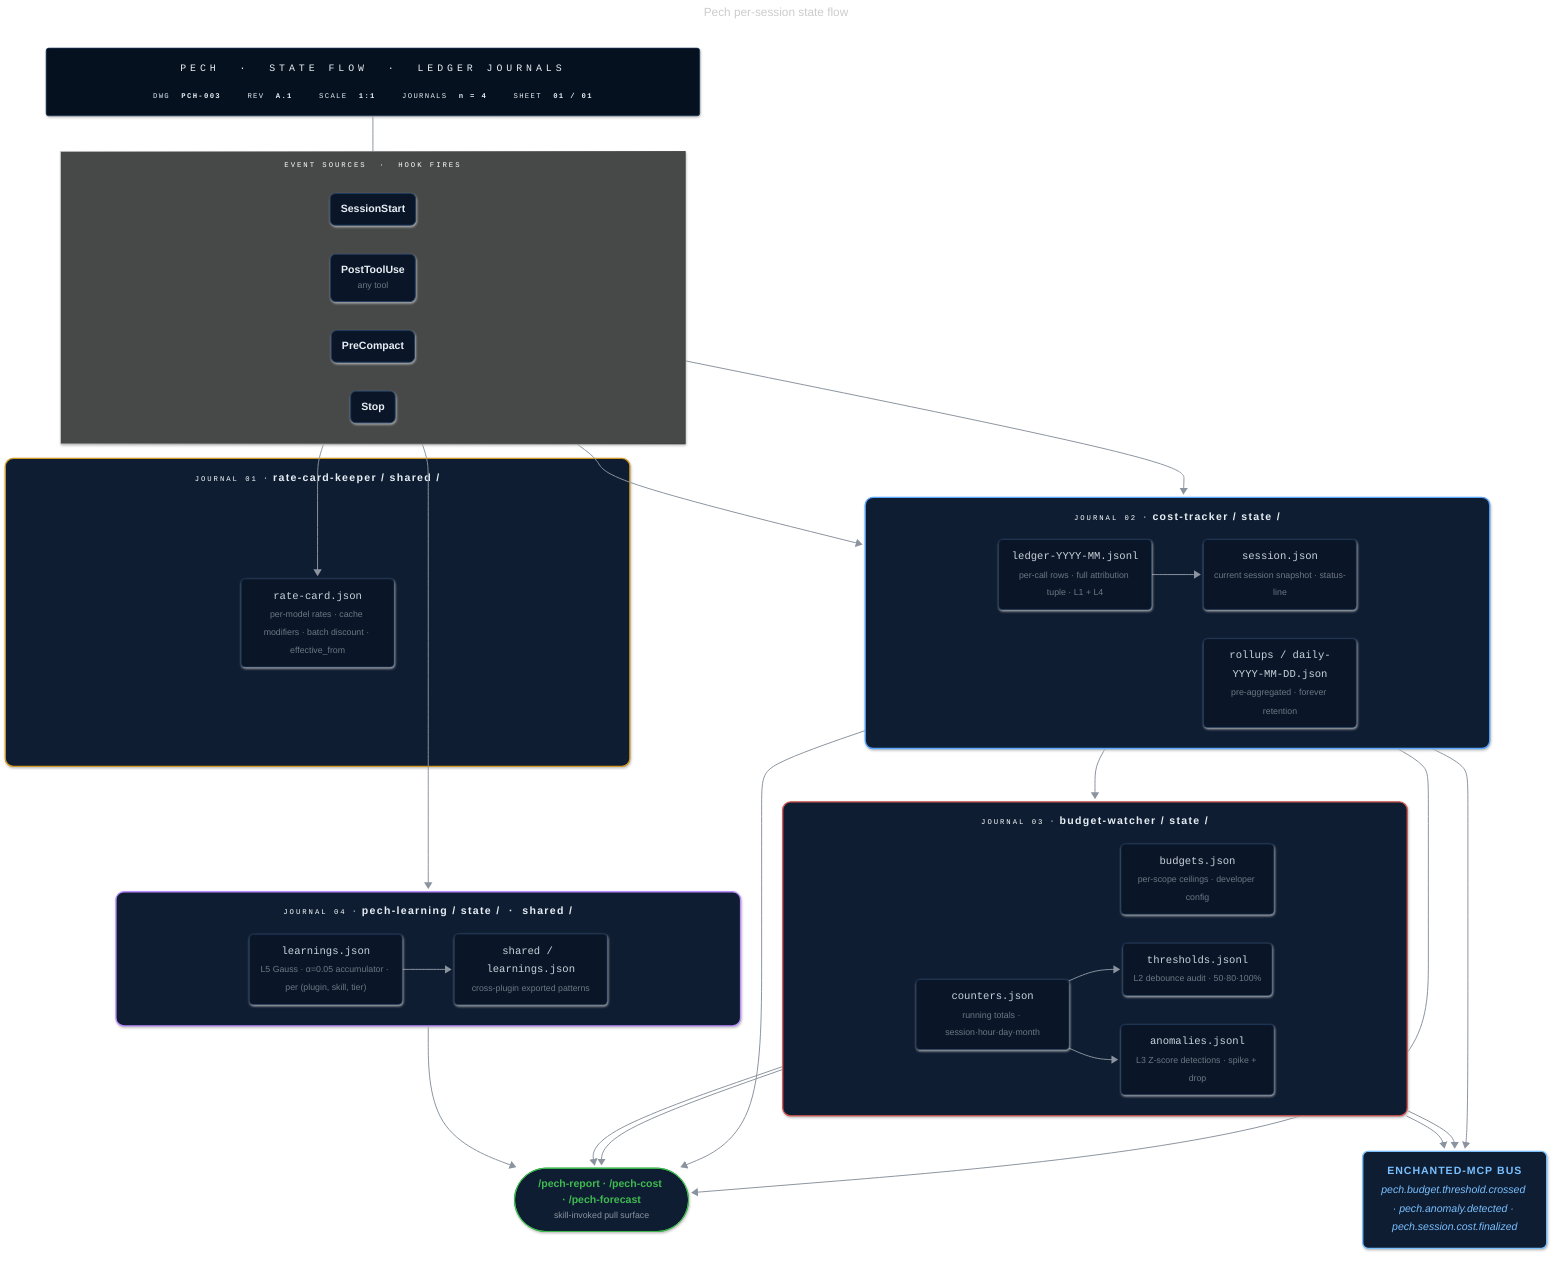
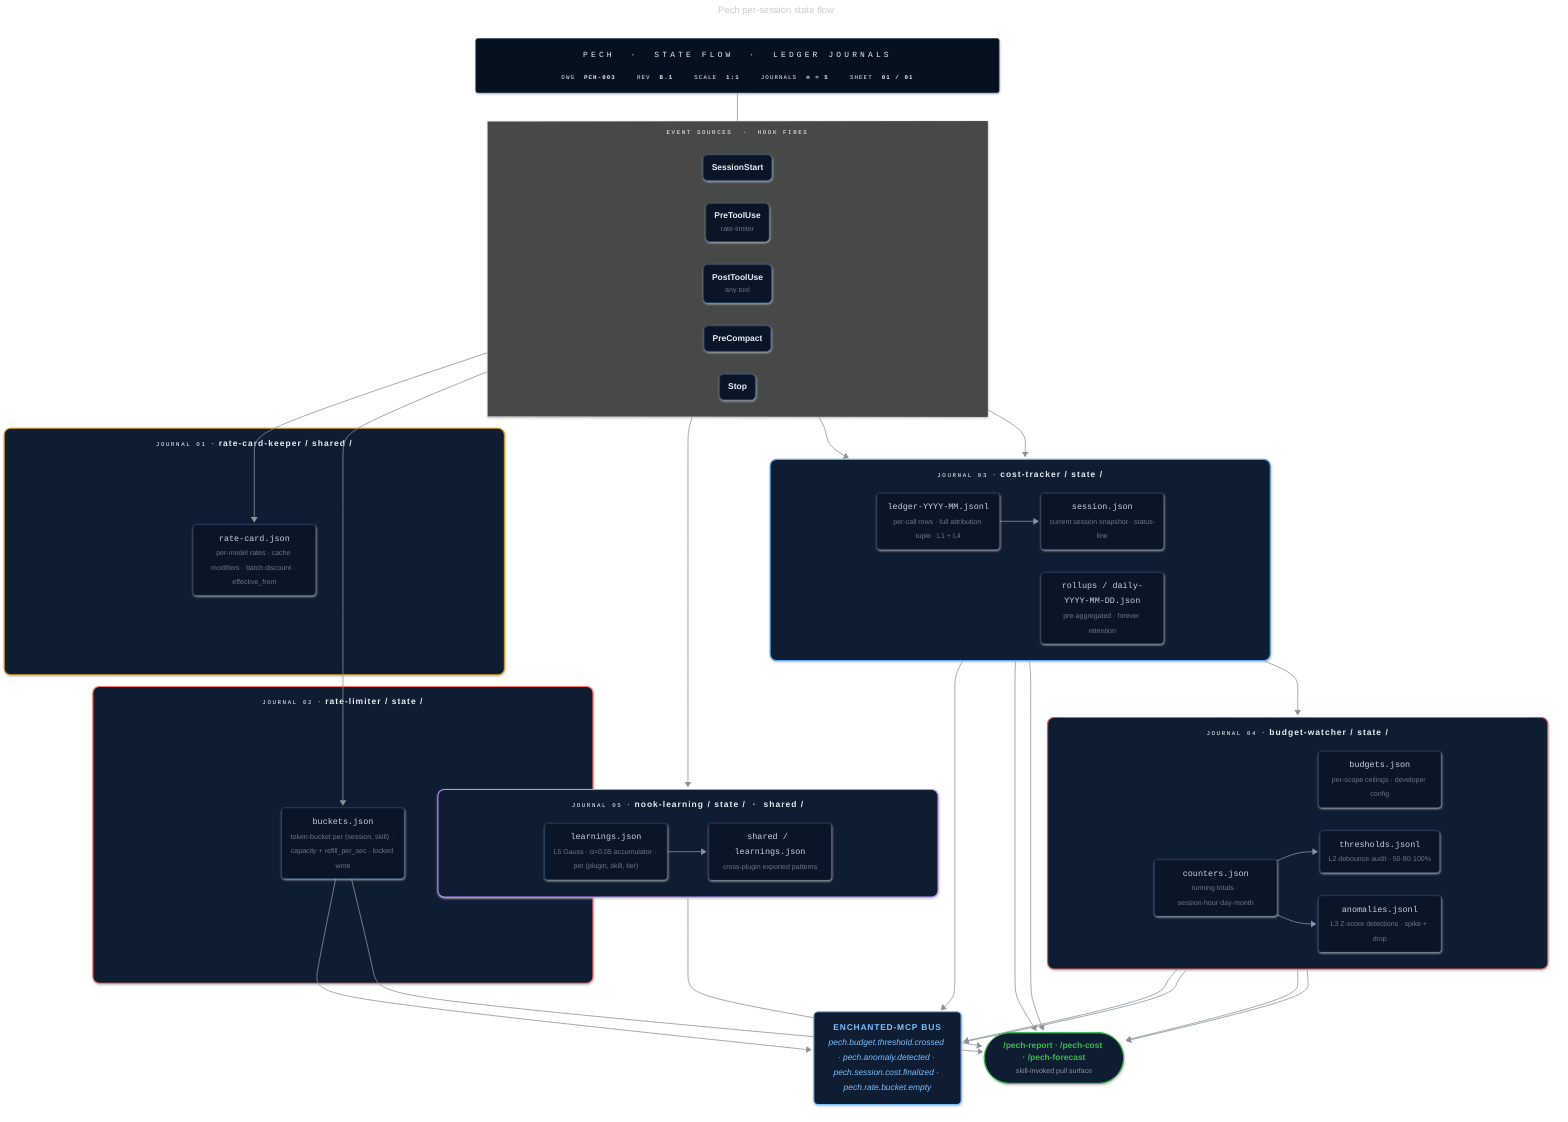
---
title: Pech per-session state flow
config:
  look: neo
  theme: dark
  flowchart:
    curve: basis
    padding: 18
    nodeSpacing: 44
    rankSpacing: 54
    htmlLabels: true
    subGraphTitleMargin:
      top: 14
      bottom: 18
---
flowchart TB
-     TitleBlock["<div style='font-family:ui-monospace,SFMono-Regular,Consolas,monospace;text-align:center;min-width:940px;padding:6px 10px;line-height:1.8'><div style='color:#58a6ff;font-size:15px;letter-spacing:6px;border-bottom:1px solid #1e3a5f;padding-bottom:10px;margin-bottom:10px'>PECH &nbsp;·&nbsp; STATE&nbsp;FLOW &nbsp;·&nbsp; LEDGER&nbsp;JOURNALS</div><div style='display:flex;gap:40px;justify-content:center;font-size:11px;color:#8b949e;letter-spacing:2px'><span>DWG&nbsp;&nbsp;<b style='color:#e6edf3'>PCH-003</b></span><span>REV&nbsp;&nbsp;<b style='color:#e6edf3'>A.1</b></span><span>SCALE&nbsp;&nbsp;<b style='color:#e6edf3'>1:1</b></span><span>JOURNALS&nbsp;&nbsp;<b style='color:#e6edf3'>n&nbsp;=&nbsp;4</b></span><span>SHEET&nbsp;&nbsp;<b style='color:#e6edf3'>01&nbsp;/&nbsp;01</b></span></div></div>"]
+     TitleBlock["<div style='font-family:ui-monospace,SFMono-Regular,Consolas,monospace;text-align:center;min-width:940px;padding:6px 10px;line-height:1.8'><div style='color:#58a6ff;font-size:15px;letter-spacing:6px;border-bottom:1px solid #1e3a5f;padding-bottom:10px;margin-bottom:10px'>PECH &nbsp;·&nbsp; STATE&nbsp;FLOW &nbsp;·&nbsp; LEDGER&nbsp;JOURNALS</div><div style='display:flex;gap:40px;justify-content:center;font-size:11px;color:#8b949e;letter-spacing:2px'><span>DWG&nbsp;&nbsp;<b style='color:#e6edf3'>PCH-003</b></span><span>REV&nbsp;&nbsp;<b style='color:#e6edf3'>B.1</b></span><span>SCALE&nbsp;&nbsp;<b style='color:#e6edf3'>1:1</b></span><span>JOURNALS&nbsp;&nbsp;<b style='color:#e6edf3'>n&nbsp;=&nbsp;5</b></span><span>SHEET&nbsp;&nbsp;<b style='color:#e6edf3'>01&nbsp;/&nbsp;01</b></span></div></div>"]

    subgraph sources["<div style='text-align:center;min-width:940px;font-family:ui-monospace,monospace;color:#8b949e;font-size:11px;letter-spacing:3px'>EVENT&nbsp;SOURCES&nbsp;&nbsp;·&nbsp;&nbsp;HOOK&nbsp;FIRES</div>"]
        direction LR
        SessionStart["<b>SessionStart</b>"]
+         PreTool["<b>PreToolUse</b><br/><small style='color:#6e7681'>rate-limiter</small>"]
        PostTool["<b>PostToolUse</b><br/><small style='color:#6e7681'>any tool</small>"]
        PreCompact["<b>PreCompact</b>"]
        Stop["<b>Stop</b>"]
    end

    subgraph rc["<div style='text-align:center;min-width:940px;line-height:2'><span style='font-family:ui-monospace,monospace;color:#8b949e;font-size:11px;letter-spacing:3px'>JOURNAL&nbsp;01</span>&nbsp;&nbsp;·&nbsp;&nbsp;<b style='letter-spacing:2px'>rate-card-keeper / shared /</b></div>"]
        rc_card["<div style='text-align:center;line-height:1.7'><code>rate-card.json</code><br/><small style='color:#6e7681'>per-model rates · cache modifiers · batch discount · effective_from</small></div>"]
    end

-     subgraph ct["<div style='text-align:center;min-width:940px;line-height:2'><span style='font-family:ui-monospace,monospace;color:#8b949e;font-size:11px;letter-spacing:3px'>JOURNAL&nbsp;02</span>&nbsp;&nbsp;·&nbsp;&nbsp;<b style='letter-spacing:2px'>cost-tracker / state /</b></div>"]
+     subgraph rl["<div style='text-align:center;min-width:940px;line-height:2'><span style='font-family:ui-monospace,monospace;color:#8b949e;font-size:11px;letter-spacing:3px'>JOURNAL&nbsp;02</span>&nbsp;&nbsp;·&nbsp;&nbsp;<b style='letter-spacing:2px'>rate-limiter / state /</b></div>"]
+         rl_buckets["<div style='text-align:center;line-height:1.7'><code>buckets.json</code><br/><small style='color:#6e7681'>token-bucket per (session, skill) · capacity + refill_per_sec · locked write</small></div>"]
+     end
+ 
+     subgraph ct["<div style='text-align:center;min-width:940px;line-height:2'><span style='font-family:ui-monospace,monospace;color:#8b949e;font-size:11px;letter-spacing:3px'>JOURNAL&nbsp;03</span>&nbsp;&nbsp;·&nbsp;&nbsp;<b style='letter-spacing:2px'>cost-tracker / state /</b></div>"]
        direction LR
        ct_ledger["<div style='text-align:center;line-height:1.7'><code>ledger-YYYY-MM.jsonl</code><br/><small style='color:#6e7681'>per-call rows · full attribution tuple · L1 + L4</small></div>"]
        ct_session["<div style='text-align:center;line-height:1.7'><code>session.json</code><br/><small style='color:#6e7681'>current session snapshot · status-line</small></div>"]
        ct_rollup["<div style='text-align:center;line-height:1.7'><code>rollups / daily-YYYY-MM-DD.json</code><br/><small style='color:#6e7681'>pre-aggregated · forever retention</small></div>"]
    end

-     subgraph bw["<div style='text-align:center;min-width:940px;line-height:2'><span style='font-family:ui-monospace,monospace;color:#8b949e;font-size:11px;letter-spacing:3px'>JOURNAL&nbsp;03</span>&nbsp;&nbsp;·&nbsp;&nbsp;<b style='letter-spacing:2px'>budget-watcher / state /</b></div>"]
+     subgraph bw["<div style='text-align:center;min-width:940px;line-height:2'><span style='font-family:ui-monospace,monospace;color:#8b949e;font-size:11px;letter-spacing:3px'>JOURNAL&nbsp;04</span>&nbsp;&nbsp;·&nbsp;&nbsp;<b style='letter-spacing:2px'>budget-watcher / state /</b></div>"]
        direction LR
        bw_budgets["<div style='text-align:center;line-height:1.7'><code>budgets.json</code><br/><small style='color:#6e7681'>per-scope ceilings · developer config</small></div>"]
        bw_counters["<div style='text-align:center;line-height:1.7'><code>counters.json</code><br/><small style='color:#6e7681'>running totals · session·hour·day·month</small></div>"]
        bw_threshold["<div style='text-align:center;line-height:1.7'><code>thresholds.jsonl</code><br/><small style='color:#6e7681'>L2 debounce audit · 50·80·100%</small></div>"]
        bw_anomaly["<div style='text-align:center;line-height:1.7'><code>anomalies.jsonl</code><br/><small style='color:#6e7681'>L3 Z-score detections · spike + drop</small></div>"]
    end

-     subgraph nl["<div style='text-align:center;min-width:940px;line-height:2'><span style='font-family:ui-monospace,monospace;color:#8b949e;font-size:11px;letter-spacing:3px'>JOURNAL&nbsp;04</span>&nbsp;&nbsp;·&nbsp;&nbsp;<b style='letter-spacing:2px'>pech-learning / state / &nbsp;·&nbsp; shared /</b></div>"]
+     subgraph nl["<div style='text-align:center;min-width:940px;line-height:2'><span style='font-family:ui-monospace,monospace;color:#8b949e;font-size:11px;letter-spacing:3px'>JOURNAL&nbsp;05</span>&nbsp;&nbsp;·&nbsp;&nbsp;<b style='letter-spacing:2px'>nook-learning / state / &nbsp;·&nbsp; shared /</b></div>"]
        direction LR
        nl_learn["<div style='text-align:center;line-height:1.7'><code>learnings.json</code><br/><small style='color:#6e7681'>L5 Gauss · α=0.05 accumulator · per (plugin, skill, tier)</small></div>"]
        nl_shared["<div style='text-align:center;line-height:1.7'><code>shared / learnings.json</code><br/><small style='color:#6e7681'>cross-plugin exported patterns</small></div>"]
    end

-     Bus["<div style='text-align:center;line-height:1.8;padding:4px 12px'><b style='letter-spacing:1.5px;color:#79c0ff'>ENCHANTED-MCP&nbsp;BUS</b><br/><em style='color:#8b949e;font-size:12px'>pech.budget.threshold.crossed · pech.anomaly.detected · pech.session.cost.finalized</em></div>"]
+     Bus["<div style='text-align:center;line-height:1.8;padding:4px 12px'><b style='letter-spacing:1.5px;color:#79c0ff'>ENCHANTED-MCP&nbsp;BUS</b><br/><em style='color:#8b949e;font-size:12px'>pech.budget.threshold.crossed · pech.anomaly.detected · pech.session.cost.finalized · pech.rate.bucket.empty</em></div>"]
    Query(["<b>/pech-report · /pech-cost · /pech-forecast</b><br/><small style='color:#8b949e'>skill-invoked pull surface</small>"])

    TitleBlock ~~~ sources
    SessionStart --> rc_card
+     PreTool --> rl_buckets
    PostTool --> ct_ledger
    ct_ledger --> ct_session
    ct_ledger --> bw_counters
    bw_counters --> bw_threshold
    bw_counters --> bw_anomaly
    bw_threshold --> Bus
    bw_anomaly --> Bus
+     rl_buckets --> Bus
    PreCompact --> nl_learn
    nl_learn --> nl_shared
    Stop --> ct_rollup
    ct_rollup --> Bus
    ct_session --> Query
    ct_rollup --> Query
    bw_threshold --> Query
    bw_anomaly --> Query
    nl_learn --> Query
+     rl_buckets --> Query

    classDef titleBlock fill:#06111f,stroke:#1e3a5f,stroke-width:1px,color:#e6edf3,rx:4,ry:4
    classDef sourceNode fill:#0a1628,stroke:#1e3a5f,stroke-width:1.5px,color:#e6edf3,rx:8,ry:8
    classDef journalLine fill:#0a1628,stroke:#1e3a5f,stroke-width:1px,color:#c9d1d9,rx:6,ry:6
    classDef busNode fill:#0f1d33,stroke:#79c0ff,stroke-width:2px,color:#79c0ff,rx:8,ry:8
    classDef queryNode fill:#0f1d33,stroke:#3fb950,stroke-width:1.5px,color:#3fb950,rx:14,ry:14

    class TitleBlock titleBlock
-     class SessionStart,PostTool,PreCompact,Stop sourceNode
-     class rc_card,ct_ledger,ct_session,ct_rollup,bw_budgets,bw_counters,bw_threshold,bw_anomaly,nl_learn,nl_shared journalLine
+     class SessionStart,PreTool,PostTool,PreCompact,Stop sourceNode
+     class rc_card,rl_buckets,ct_ledger,ct_session,ct_rollup,bw_budgets,bw_counters,bw_threshold,bw_anomaly,nl_learn,nl_shared journalLine
    class Bus busNode
    class Query queryNode

    style rc fill:#0f1d33,stroke:#d29922,stroke-width:2px,color:#e6edf3,rx:12,ry:12
+     style rl fill:#0f1d33,stroke:#ff7b72,stroke-width:2px,color:#e6edf3,rx:12,ry:12
    style ct fill:#0f1d33,stroke:#58a6ff,stroke-width:2px,color:#e6edf3,rx:12,ry:12
    style bw fill:#0f1d33,stroke:#d75952,stroke-width:2px,color:#e6edf3,rx:12,ry:12
    style nl fill:#0f1d33,stroke:#bc8cff,stroke-width:2px,color:#e6edf3,rx:12,ry:12

    linkStyle default stroke:#8b949e,stroke-width:1.5px
